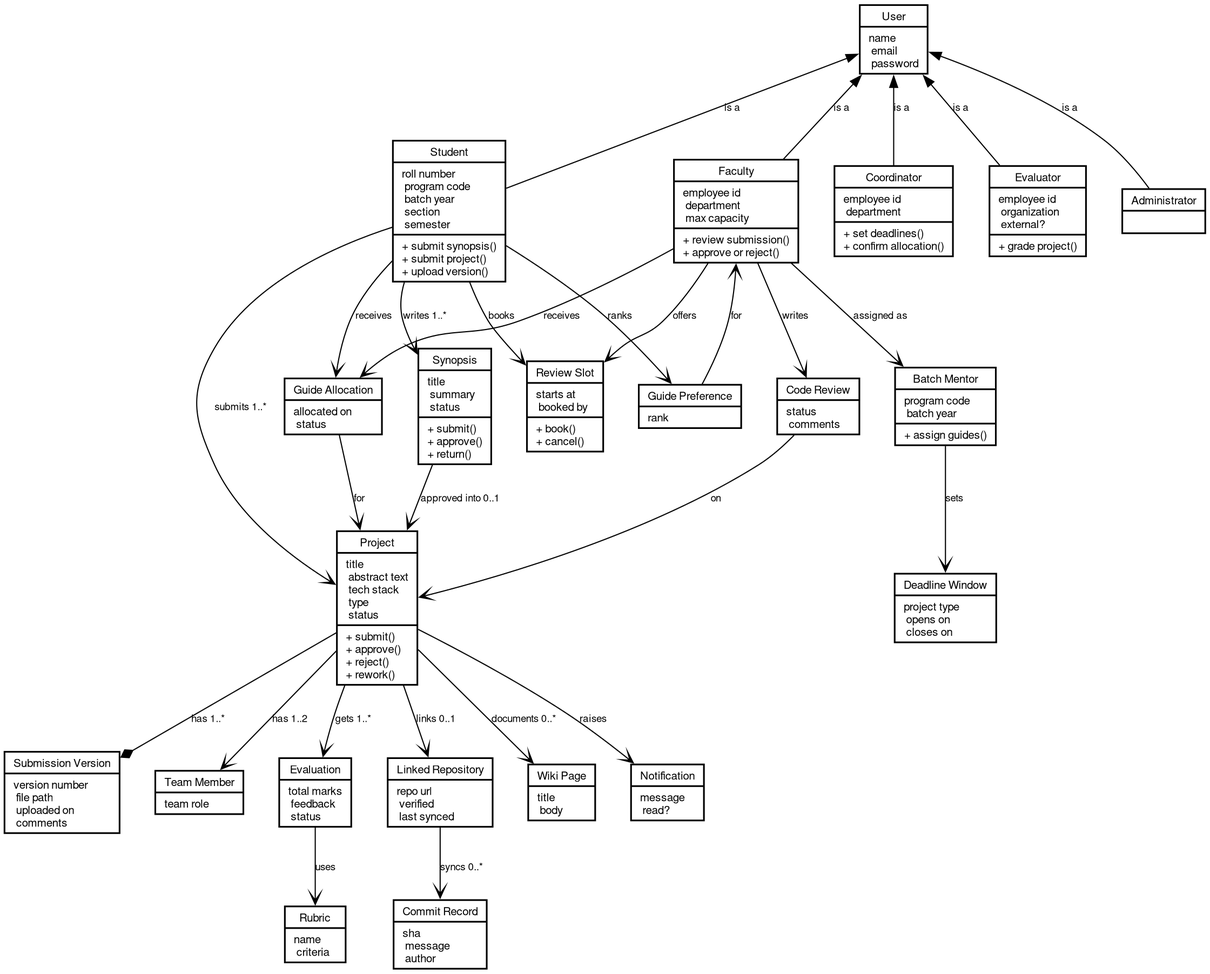
akshita777/iips-ug-pg-project-repository-system keeps this Graphviz diagram as docs/diagrams/07-class.png. Above is the earlier version. Its source is kept beside it as docs/diagrams/07-class.dot.
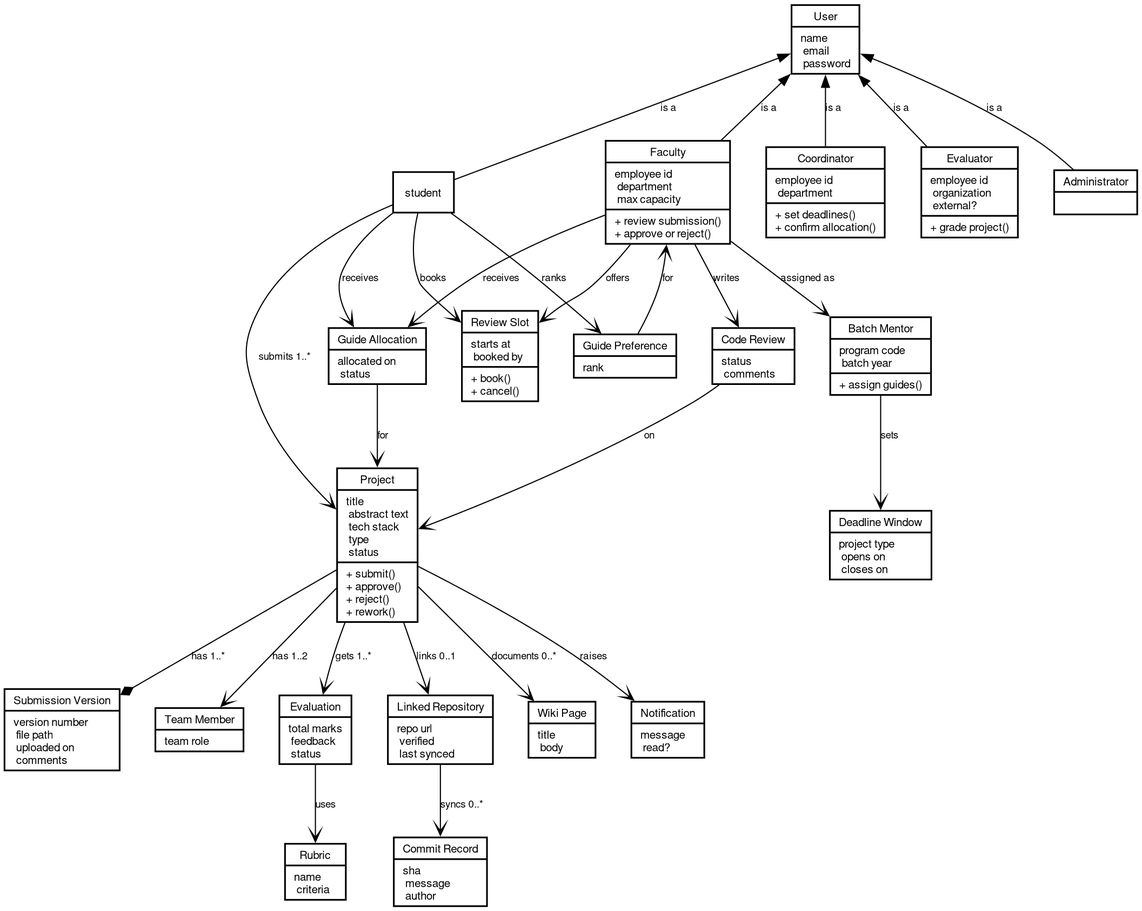
The same file after the commit.

Change to the diagram source:
```diff
@@ -11,14 +11,12 @@
 
   user [label="{User|name\l email\l password\l}"];
 
-  student [label="{Student|roll number\l program code\l batch year\l section\l semester\l|+ submit synopsis()\l+ submit project()\l+ upload version()\l}"];
   faculty [label="{Faculty|employee id\l department\l max capacity\l|+ review submission()\l+ approve or reject()\l}"];
   coordinator [label="{Coordinator|employee id\l department\l|+ set deadlines()\l+ confirm allocation()\l}"];
   evaluator [label="{Evaluator|employee id\l organization\l external?\l|+ grade project()\l}"];
   admin [label="{Administrator\l|\l}"];
 
   batchmentor [label="{Batch Mentor|program code\l batch year\l|+ assign guides()\l}"];
-  synopsis [label="{Synopsis|title\l summary\l status\l|+ submit()\l+ approve()\l+ return()\l}"];
   deadline [label="{Deadline Window|project type\l opens on\l closes on\l}"];
   slot [label="{Review Slot|starts at\l booked by\l|+ book()\l+ cancel()\l}"];
 
@@ -37,7 +35,6 @@
 
   { rank=same; student; faculty; }
   { rank=same; coordinator; evaluator; admin; }
-  { rank=same; allocation; synopsis; slot; preference; review; batchmentor; }
   { rank=same; version; team; }
 
   user -> student [dir=back, arrowhead="empty", label="is a"];
@@ -51,8 +48,6 @@
   faculty -> slot [arrowhead="vee", label="offers"];
   student -> slot [arrowhead="vee", label="books"];
 
-  student -> synopsis [arrowhead="vee", label="writes 1..*"];
-  synopsis -> project [arrowhead="vee", label="approved into 0..1"];
   student -> project [arrowhead="vee", label="submits 1..*"];
   project -> version [arrowhead="diamond", label="has 1..*"];
   project -> team [arrowhead="vee", label="has 1..2"];
```
